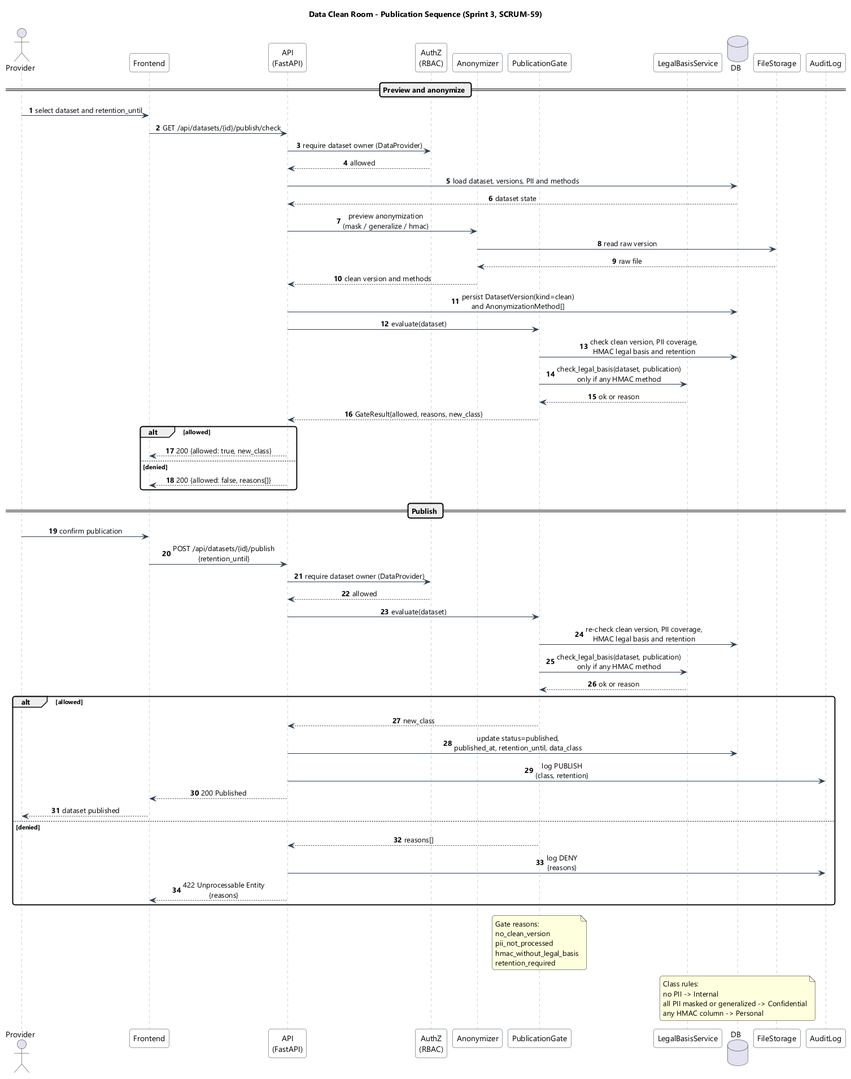
This is docs/architecture/sequence-publish.png from olesJS/data_clean_room, a PlantUML export, as it was before one commit.
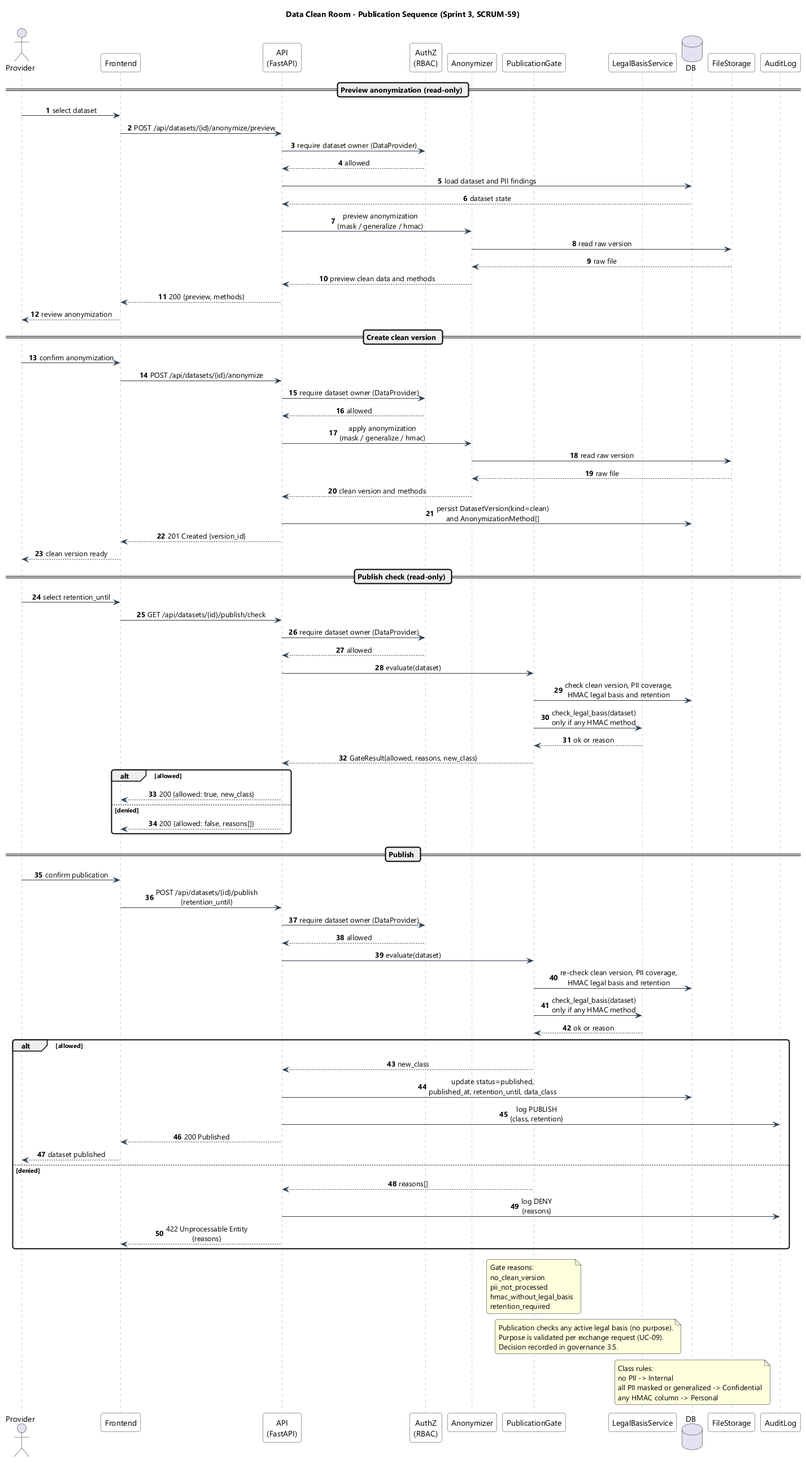
Later version of the same file.

Commit message:
docs(SCRUM-59): address review feedback on exchange, publish, class

The edit, as a diff of the source:
```diff
@@ -30,21 +30,41 @@
 
 autonumber
 
-== Preview and anonymize ==
-Provider -> Frontend: select dataset and retention_until
-Frontend -> API: GET /api/datasets/{id}/publish/check
+== Preview anonymization (read-only) ==
+Provider -> Frontend: select dataset
+Frontend -> API: POST /api/datasets/{id}/anonymize/preview
 API -> AuthZ: require dataset owner (DataProvider)
 AuthZ --> API: allowed
-API -> DB: load dataset, versions, PII and methods
+API -> DB: load dataset and PII findings
 DB --> API: dataset state
 API -> Anonymizer: preview anonymization\n(mask / generalize / hmac)
 Anonymizer -> FileStorage: read raw version
 FileStorage --> Anonymizer: raw file
+Anonymizer --> API: preview clean data and methods
+API --> Frontend: 200 {preview, methods}
+Frontend --> Provider: review anonymization
+
+== Create clean version ==
+Provider -> Frontend: confirm anonymization
+Frontend -> API: POST /api/datasets/{id}/anonymize
+API -> AuthZ: require dataset owner (DataProvider)
+AuthZ --> API: allowed
+API -> Anonymizer: apply anonymization\n(mask / generalize / hmac)
+Anonymizer -> FileStorage: read raw version
+FileStorage --> Anonymizer: raw file
 Anonymizer --> API: clean version and methods
 API -> DB: persist DatasetVersion(kind=clean)\nand AnonymizationMethod[]
+API --> Frontend: 201 Created {version_id}
+Frontend --> Provider: clean version ready
+
+== Publish check (read-only) ==
+Provider -> Frontend: select retention_until
+Frontend -> API: GET /api/datasets/{id}/publish/check
+API -> AuthZ: require dataset owner (DataProvider)
+AuthZ --> API: allowed
 API -> Gate: evaluate(dataset)
 Gate -> DB: check clean version, PII coverage,\nHMAC legal basis and retention
-Gate -> LBS: check_legal_basis(dataset, publication)\nonly if any HMAC method
+Gate -> LBS: check_legal_basis(dataset)\nonly if any HMAC method
 LBS --> Gate: ok or reason
 Gate --> API: GateResult{allowed, reasons, new_class}
 alt allowed
@@ -60,7 +80,7 @@
 AuthZ --> API: allowed
 API -> Gate: evaluate(dataset)
 Gate -> DB: re-check clean version, PII coverage,\nHMAC legal basis and retention
-Gate -> LBS: check_legal_basis(dataset, publication)\nonly if any HMAC method
+Gate -> LBS: check_legal_basis(dataset)\nonly if any HMAC method
 LBS --> Gate: ok or reason
 alt allowed
     Gate --> API: new_class
@@ -82,6 +102,12 @@
   retention_required
 end note
 
+note over Gate, LBS
+  Publication checks any active legal basis (no purpose).
+  Purpose is validated per exchange request (UC-09).
+  Decision recorded in governance 3.5.
+end note
+
 note over DB
   Class rules:
   no PII -> Internal
```
